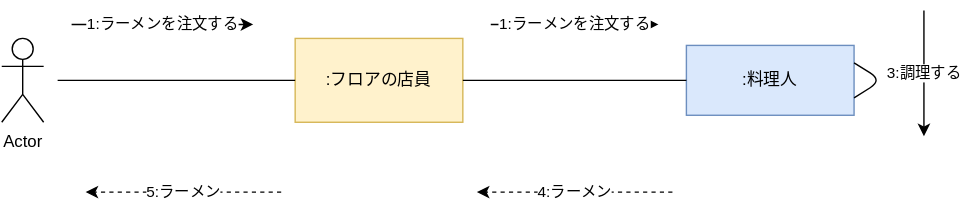
The draw.io diagram 図5-1 コミュニケーション図の例.drawio.svg in tsrnaoya/UML_intro_2, before a commit. Source tidied: cells renumbered, new cells last; positions are measured from the earlier drawing's top-left corner, leaving out a move shared by most shapes.
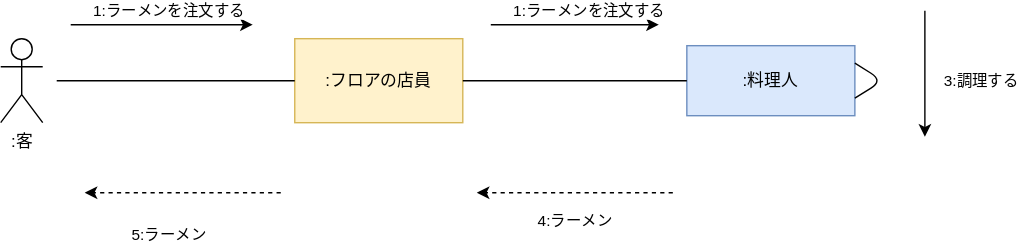
Above is the later version.

Change to the diagram source:
```diff
@@ -2,7 +2,7 @@
   <root>
     <mxCell id="0" />
     <mxCell id="1" parent="0" />
-    <mxCell id="2" value="Actor" style="shape=umlActor;verticalLabelPosition=bottom;verticalAlign=top;html=1;" parent="1" vertex="1">
+    <mxCell id="2" value=":客" style="shape=umlActor;verticalLabelPosition=bottom;verticalAlign=top;html=1;" parent="1" vertex="1">
       <mxGeometry y="20" width="30" height="60" as="geometry" />
     </mxCell>
     <mxCell id="3" value=":フロアの店員" style="rounded=0;whiteSpace=wrap;html=1;fillColor=#fff2cc;strokeColor=#d6b656;" parent="1" vertex="1">
@@ -23,31 +23,31 @@
       <mxGeometry relative="1" as="geometry" />
     </mxCell>
     <mxCell id="7" value="1:ラーメンを注文する" style="endArrow=classic;html=1;" parent="1" edge="1">
-      <mxGeometry relative="1" as="geometry">
+      <mxGeometry x="0.08" y="10" relative="1" as="geometry">
         <mxPoint x="50" y="10" as="sourcePoint" />
         <mxPoint x="180" y="10" as="targetPoint" />
       </mxGeometry>
     </mxCell>
     <mxCell id="8" value="5:ラーメン" style="endArrow=classic;html=1;dashed=1;" parent="1" edge="1">
-      <mxGeometry relative="1" as="geometry">
+      <mxGeometry x="0.14" y="30" relative="1" as="geometry">
         <mxPoint x="200" y="130" as="sourcePoint" />
         <mxPoint x="60" y="130" as="targetPoint" />
       </mxGeometry>
     </mxCell>
     <mxCell id="9" value="1:ラーメンを注文する" style="endArrow=classic;html=1;" parent="1" edge="1">
-      <mxGeometry relative="1" as="geometry">
+      <mxGeometry x="0.17" y="10" relative="1" as="geometry">
         <mxPoint x="350" y="10" as="sourcePoint" />
         <mxPoint x="470" y="10" as="targetPoint" />
       </mxGeometry>
     </mxCell>
     <mxCell id="10" value="4:ラーメン" style="endArrow=classic;html=1;dashed=1;" parent="1" edge="1">
-      <mxGeometry relative="1" as="geometry">
+      <mxGeometry y="20" relative="1" as="geometry">
         <mxPoint x="480" y="130" as="sourcePoint" />
         <mxPoint x="340" y="130" as="targetPoint" />
       </mxGeometry>
     </mxCell>
     <mxCell id="11" value="&lt;div style=&quot;text-align: justify;&quot;&gt;3:調理する&lt;/div&gt;" style="endArrow=classic;html=1;align=center;" parent="1" edge="1">
-      <mxGeometry relative="1" as="geometry">
+      <mxGeometry x="0.11" y="40" relative="1" as="geometry">
         <mxPoint x="660" as="sourcePoint" />
         <mxPoint x="660" y="90" as="targetPoint" />
       </mxGeometry>
```
